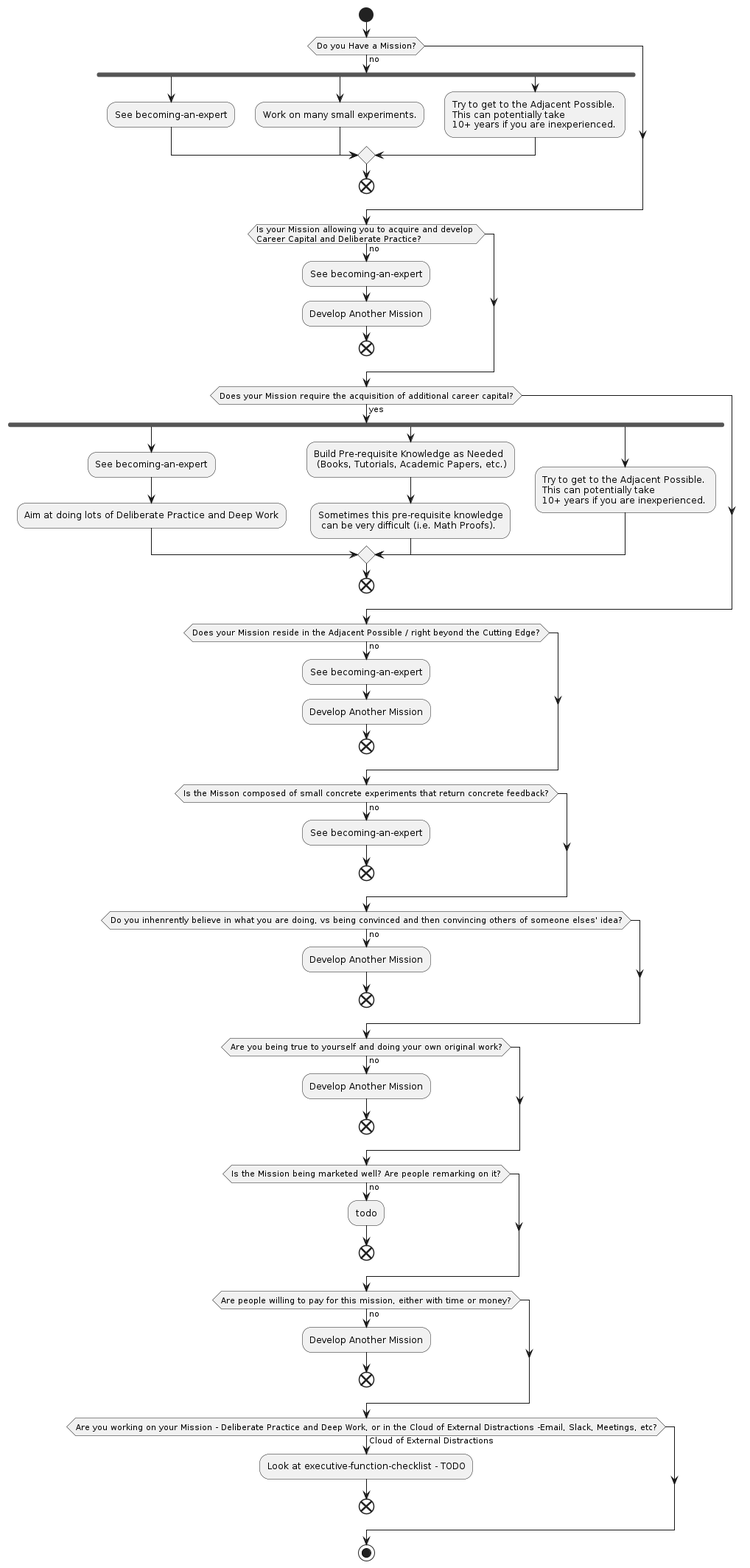
This is building-a-mission.png from chriszacny/lifehacking-tools, a PlantUML export, as it was before one commit.
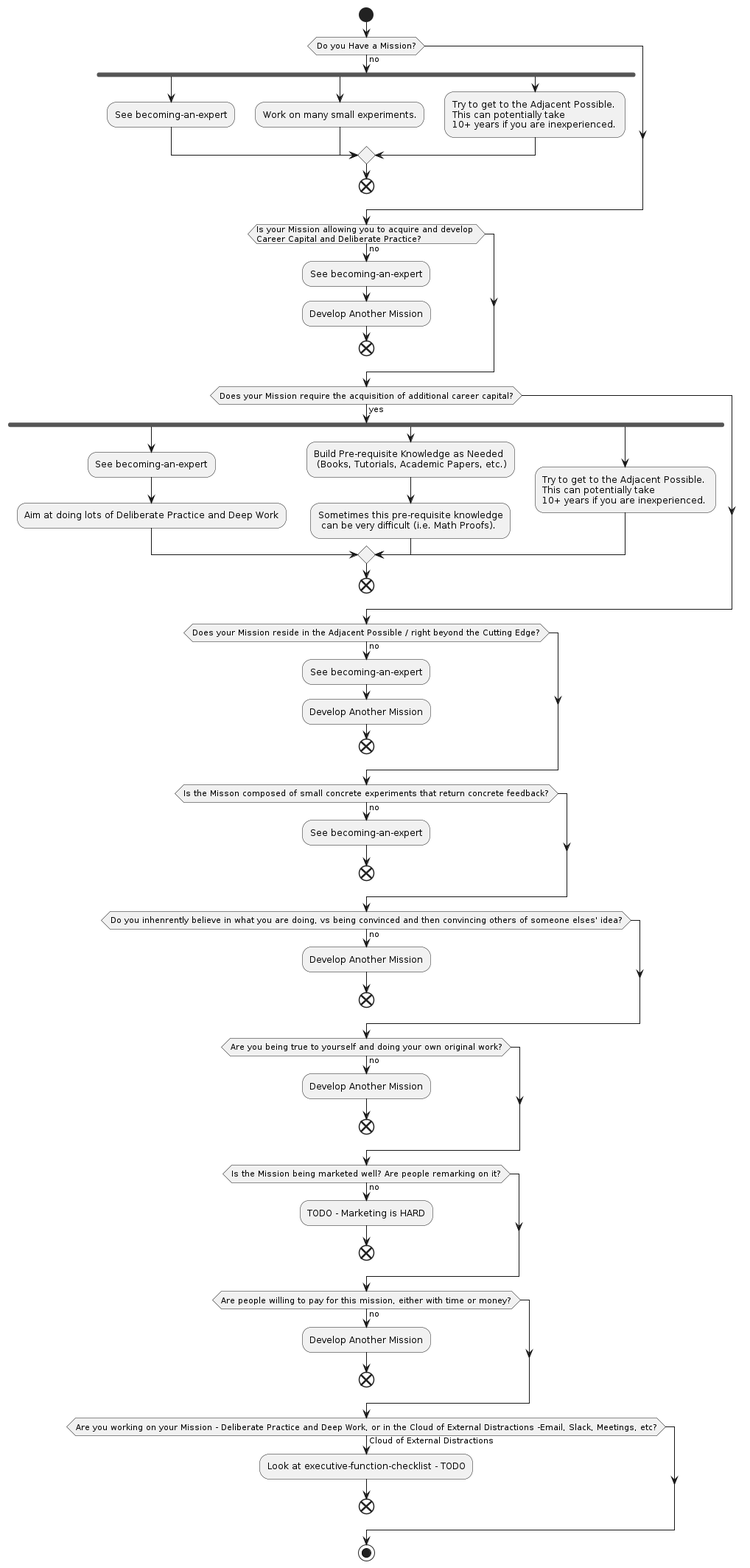
Later version of the same file.

The edit, as a diff of the source:
```diff
@@ -53,7 +53,7 @@
 endif
 
 if (Is the Mission being marketed well? Are people remarking on it?) then (no)
-  :todo;
+  :TODO - Marketing is HARD;
   end
 endif
 
```
